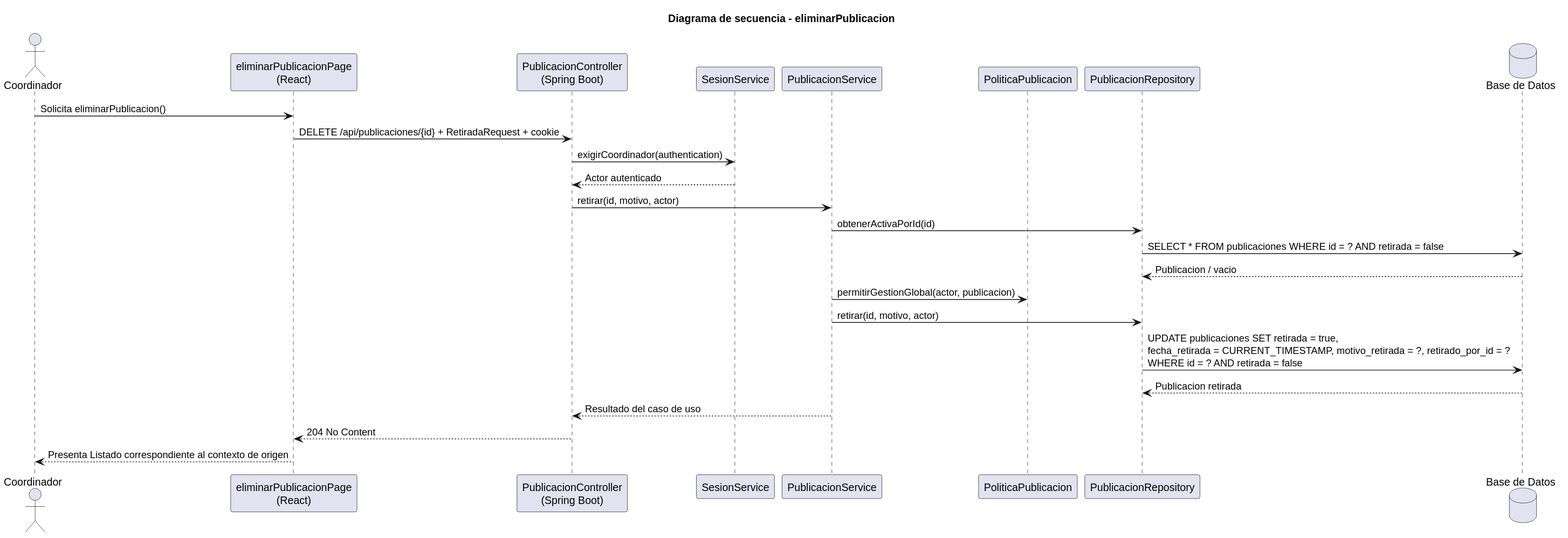
Above: images/RUP/02-diseño/casos-uso/coordinador/eliminarPublicacion/secuencia.svg in beatriizorozco/25-26-idsw2-sdVC (PlantUML), before the change.
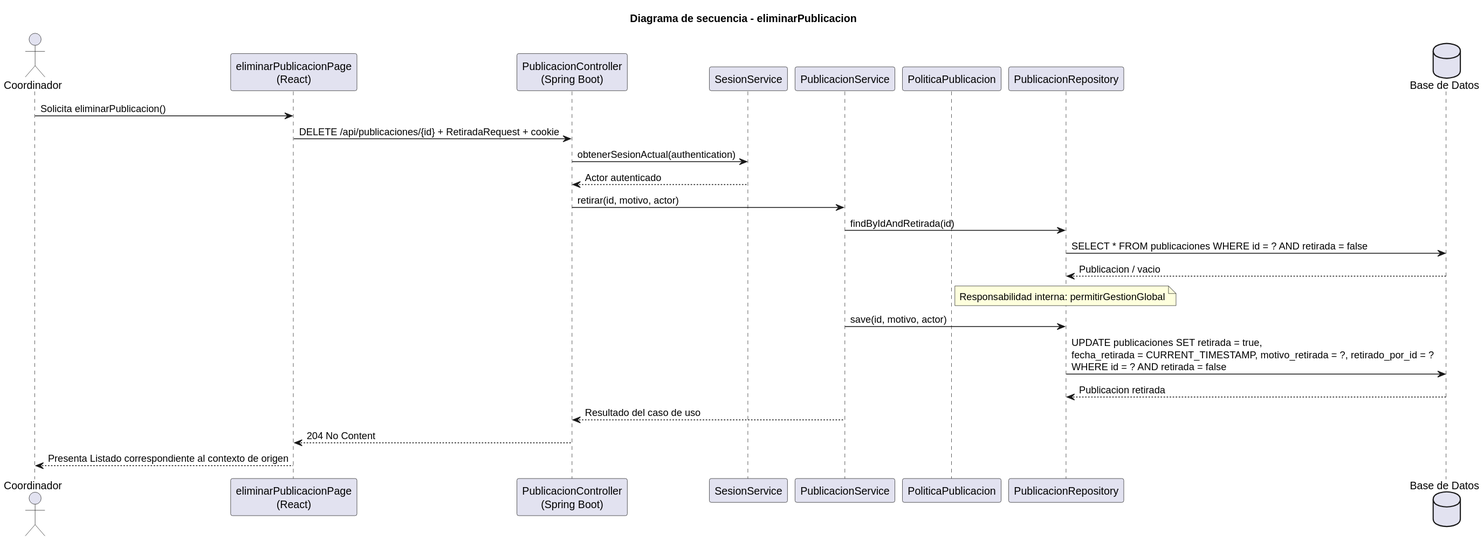
Above is the later version.

What changed in the source:
```diff
@@ -12,14 +12,14 @@
 
 Coordinador -> Frontend: Solicita eliminarPublicacion()
 Frontend -> Api: DELETE /api/publicaciones/{id} + RetiradaRequest + cookie
-Api -> Sesion: exigirCoordinador(authentication)
+Api -> Sesion: obtenerSesionActual(authentication)
 Sesion --> Api: Actor autenticado
 Api -> Service: retirar(id, motivo, actor)
-Service -> Repo: obtenerActivaPorId(id)
+Service -> Repo: findByIdAndRetirada(id)
 Repo -> DB: SELECT * FROM publicaciones WHERE id = ? AND retirada = false
 DB --> Repo: Publicacion / vacio
-Service -> Policy: permitirGestionGlobal(actor, publicacion)
-Service -> Repo: retirar(id, motivo, actor)
+note right of Policy: Responsabilidad interna: permitirGestionGlobal
+Service -> Repo: save(id, motivo, actor)
 Repo -> DB: UPDATE publicaciones SET retirada = true,\nfecha_retirada = CURRENT_TIMESTAMP, motivo_retirada = ?, retirado_por_id = ?\nWHERE id = ? AND retirada = false
 DB --> Repo: Publicacion retirada
 Service --> Api: Resultado del caso de uso
```
